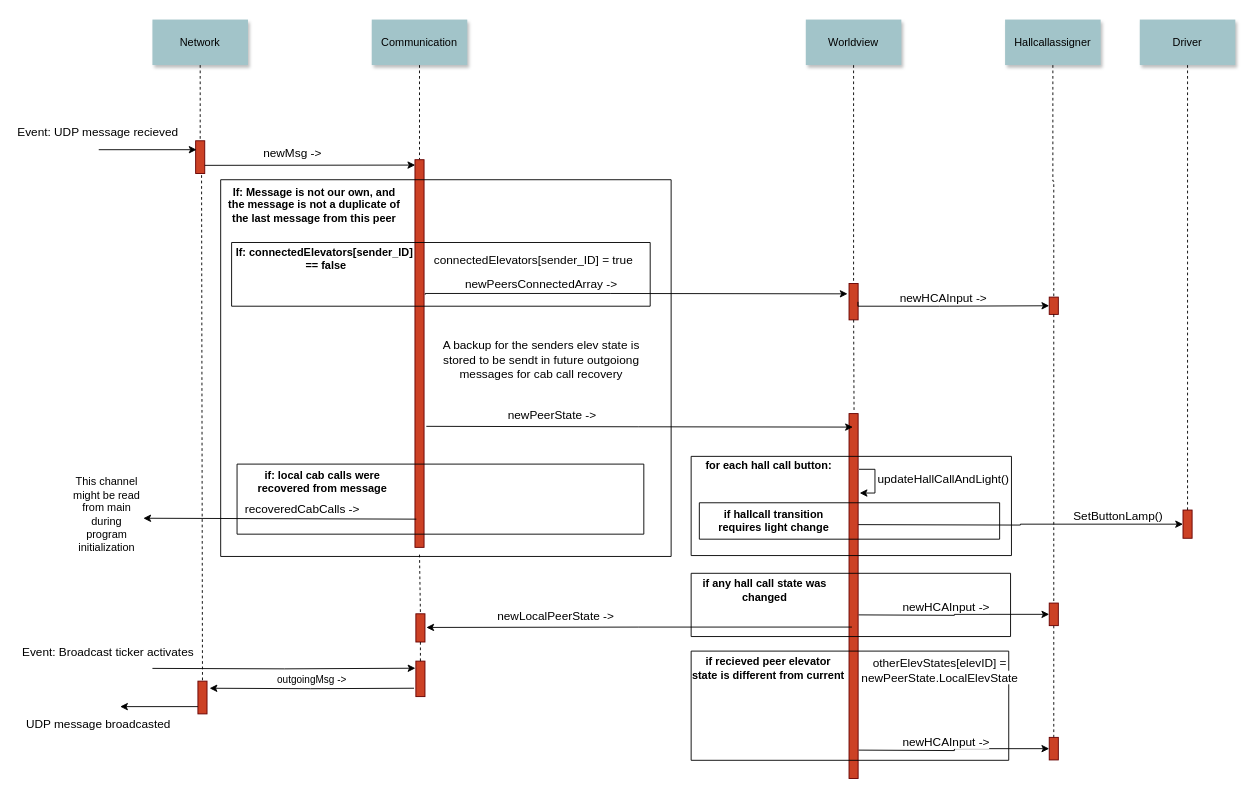
Above: Diagrammer/messageRecievedSequence.drawio in MathiasSagerup/Sanntid (draw.io), before the change. Source tidied: cells renumbered, new cells numbered last; positions are measured from the earlier drawing's top-left corner, leaving out a move shared by most shapes. Both pictures are drawn from the tidied source at 91%, with x=0, y=0 at pixel (70, 19).
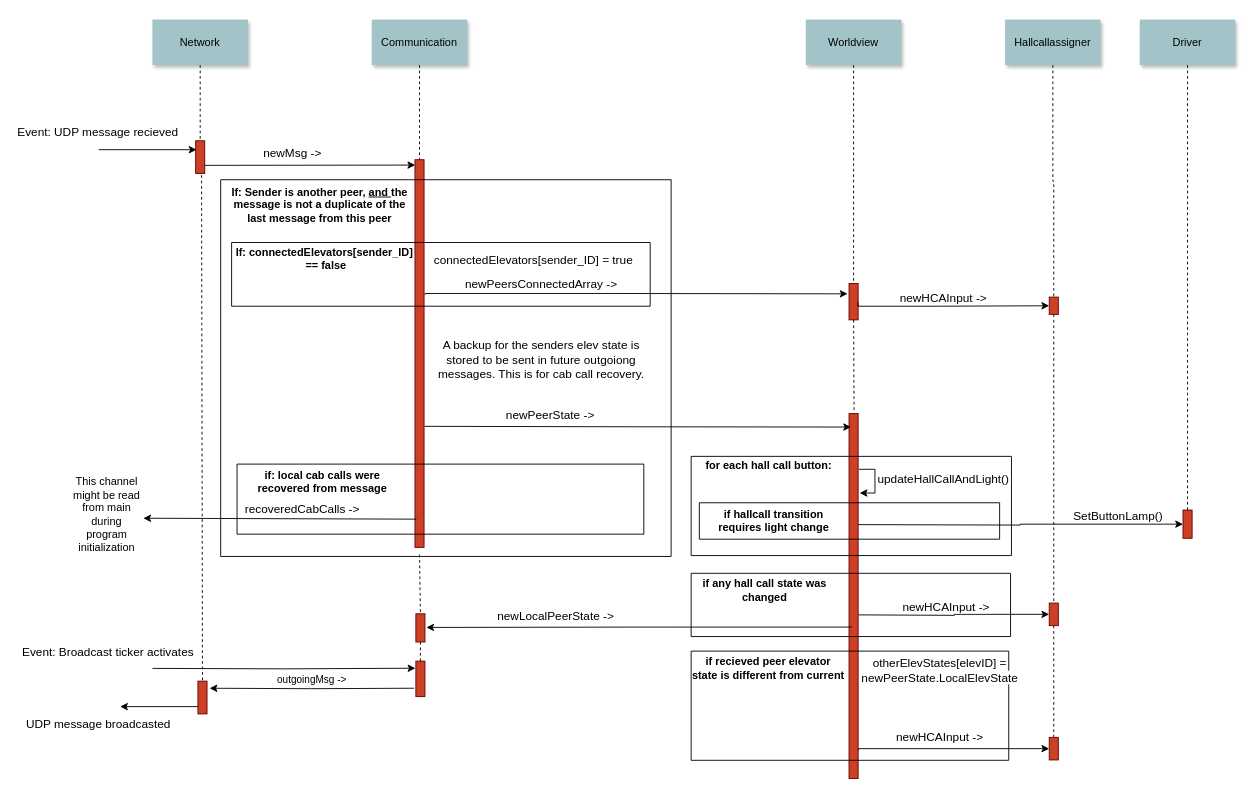
The same page after the edit.

The change refers to these unchanged cells:
```xml
<mxCell id="25" style="fillColor=#CC4125;strokeColor=#660000;" parent="1" vertex="1">
  <mxGeometry x="855.5" y="433" width="10" height="401" as="geometry" />
</mxCell>
<mxCell id="27" style="swimlane;startSize=0;" parent="1" vertex="1">
  <mxGeometry x="165" y="176" width="495" height="414" as="geometry" />
</mxCell>
<mxCell id="62" style="fillColor=#CC4125;strokeColor=#660000;" parent="1" vertex="1">
  <mxGeometry x="1075.5" y="788.8" width="10" height="24.8" as="geometry" />
</mxCell>
```

Change to the diagram source:
```diff
@@
-    <mxCell id="28" value="If: Message is not our own, and the message is not a duplicate of the last message from this peer" style="text;html=1;whiteSpace=wrap;strokeColor=none;fillColor=none;align=center;verticalAlign=middle;rounded=0;fontStyle=1;" parent="27" vertex="1">
-      <mxGeometry x="6" y="-8" width="194" height="71" as="geometry" />
+    <mxCell id="28" value="If: Sender is another peer, &lt;u&gt;and &lt;/u&gt;the message is not a duplicate of the last message from this peer" style="text;html=1;whiteSpace=wrap;strokeColor=none;fillColor=none;align=center;verticalAlign=middle;rounded=0;fontStyle=1;" parent="27" vertex="1">
+      <mxGeometry x="2" y="-8" width="214" height="71" as="geometry" />
     </mxCell>
@@
-    <mxCell id="32" value="&lt;font&gt;A backup for the senders elev state is stored to be sendt in future outgoiong messages for cab call recovery&lt;/font&gt;" style="text;html=1;whiteSpace=wrap;strokeColor=none;fillColor=none;align=center;verticalAlign=middle;rounded=0;fontSize=13;" parent="27" vertex="1">
+    <mxCell id="32" value="&lt;font&gt;A backup for the senders elev state is stored to be sent in future outgoiong messages. This is for cab call recovery.&lt;/font&gt;" style="text;html=1;whiteSpace=wrap;strokeColor=none;fillColor=none;align=center;verticalAlign=middle;rounded=0;fontSize=13;" parent="27" vertex="1">
       <mxGeometry x="225" y="170" width="255" height="56" as="geometry" />
     </mxCell>
@@
-    <mxCell id="37" style="edgeStyle=orthogonalEdgeStyle;rounded=0;jettySize=auto;html=1;entryX=0.424;entryY=0.037;entryDx=0;entryDy=0;entryPerimeter=0;" parent="1" edge="1" target="25">
+    <mxCell id="37" style="edgeStyle=orthogonalEdgeStyle;rounded=0;orthogonalLoop=1;jettySize=auto;html=1;entryX=0.424;entryY=0.037;entryDx=0;entryDy=0;entryPerimeter=0;" parent="1" edge="1">
       <mxGeometry relative="1" as="geometry">
-        <mxPoint x="391" y="447" as="sourcePoint" />
+        <mxPoint x="389" y="447" as="sourcePoint" />
+        <mxPoint x="857.7" y="447.8" as="targetPoint" />
       </mxGeometry>
     </mxCell>
@@
     <mxCell id="63" style="edgeStyle=orthogonalEdgeStyle;rounded=0;jettySize=auto;html=1;entryX=0;entryY=0.5;entryDx=0;entryDy=0;exitX=0.983;exitY=0.869;exitDx=0;exitDy=0;exitPerimeter=0;" parent="1" edge="1" target="62">
       <mxGeometry relative="1" as="geometry">
         <mxPoint x="866" y="802.8" as="sourcePoint" />
+        <Array as="points">
+          <mxPoint x="866" y="801" />
+        </Array>
       </mxGeometry>
     </mxCell>
     <mxCell id="64" value="newHCAInput -&amp;gt;" style="edgeLabel;html=1;align=center;verticalAlign=middle;fontSize=13;" parent="63" vertex="1">
       <mxGeometry x="-0.13" y="-1" relative="1" as="geometry">
-        <mxPoint x="4" y="-11" as="offset" />
+        <mxPoint x="-2" y="-15" as="offset" />
       </mxGeometry>
     </mxCell>
```
